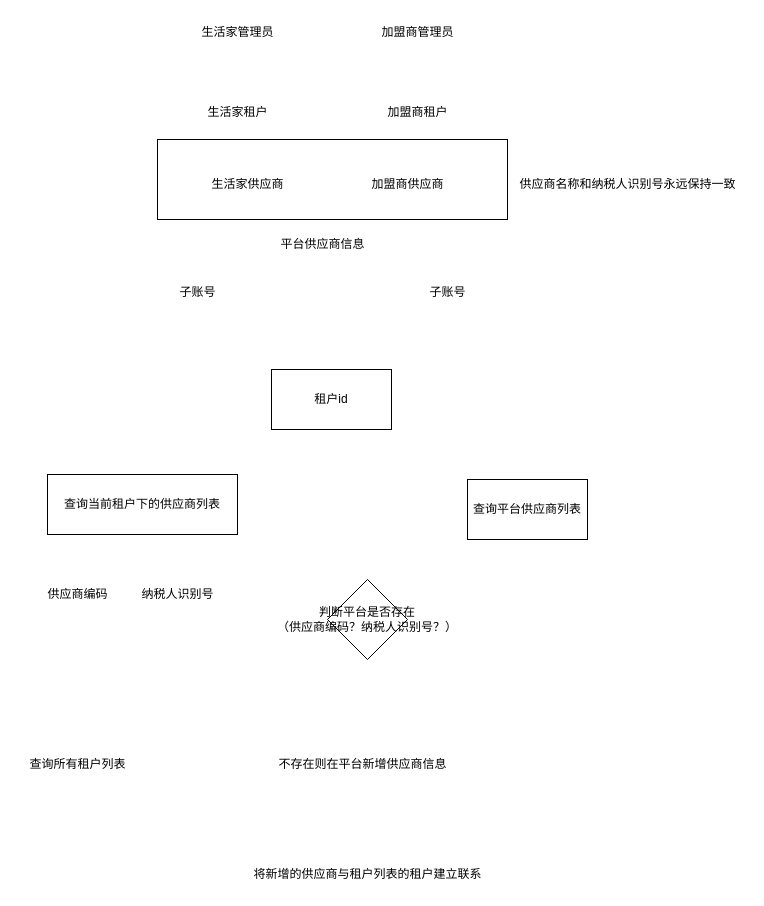
Before: vms系统分析.drawio in 1846872430/shj_chart, a draw.io diagram. Source tidied: cells renumbered, new cells numbered last; positions are measured from the earlier drawing's top-left corner, leaving out a move shared by most shapes. Both pictures are drawn from the tidied source at 100%, with x=0, y=0 at pixel (17, 17).
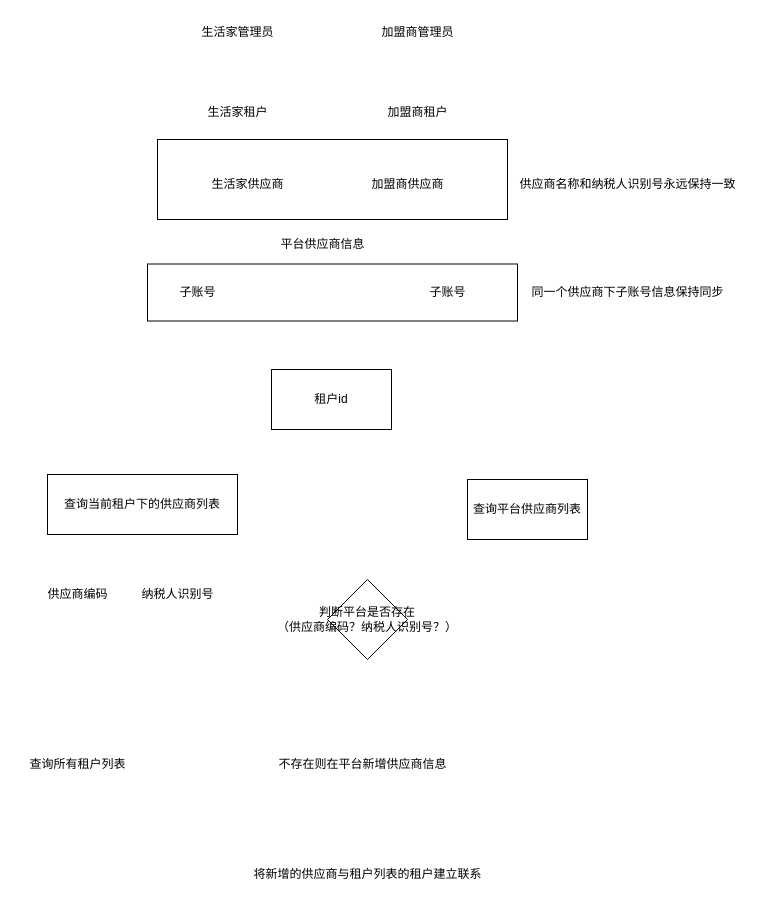
After the change.

Commit message (it also covers changes not shown here):
更新vms系统分析.drawio

Change to the diagram source:
```diff
@@
+    <mxCell id="22" style="rounded=0;whiteSpace=wrap;html=1;" parent="1" vertex="1">
+      <mxGeometry x="130" y="246.5" width="370" height="57" as="geometry" />
+    </mxCell>
@@
+    <mxCell id="23" value="同一个供应商下子账号信息保持同步" style="text;html=1;align=center;verticalAlign=middle;strokeColor=none;fillColor=none;" parent="1" vertex="1">
+      <mxGeometry x="500" y="260" width="220" height="30" as="geometry" />
+    </mxCell>
```
